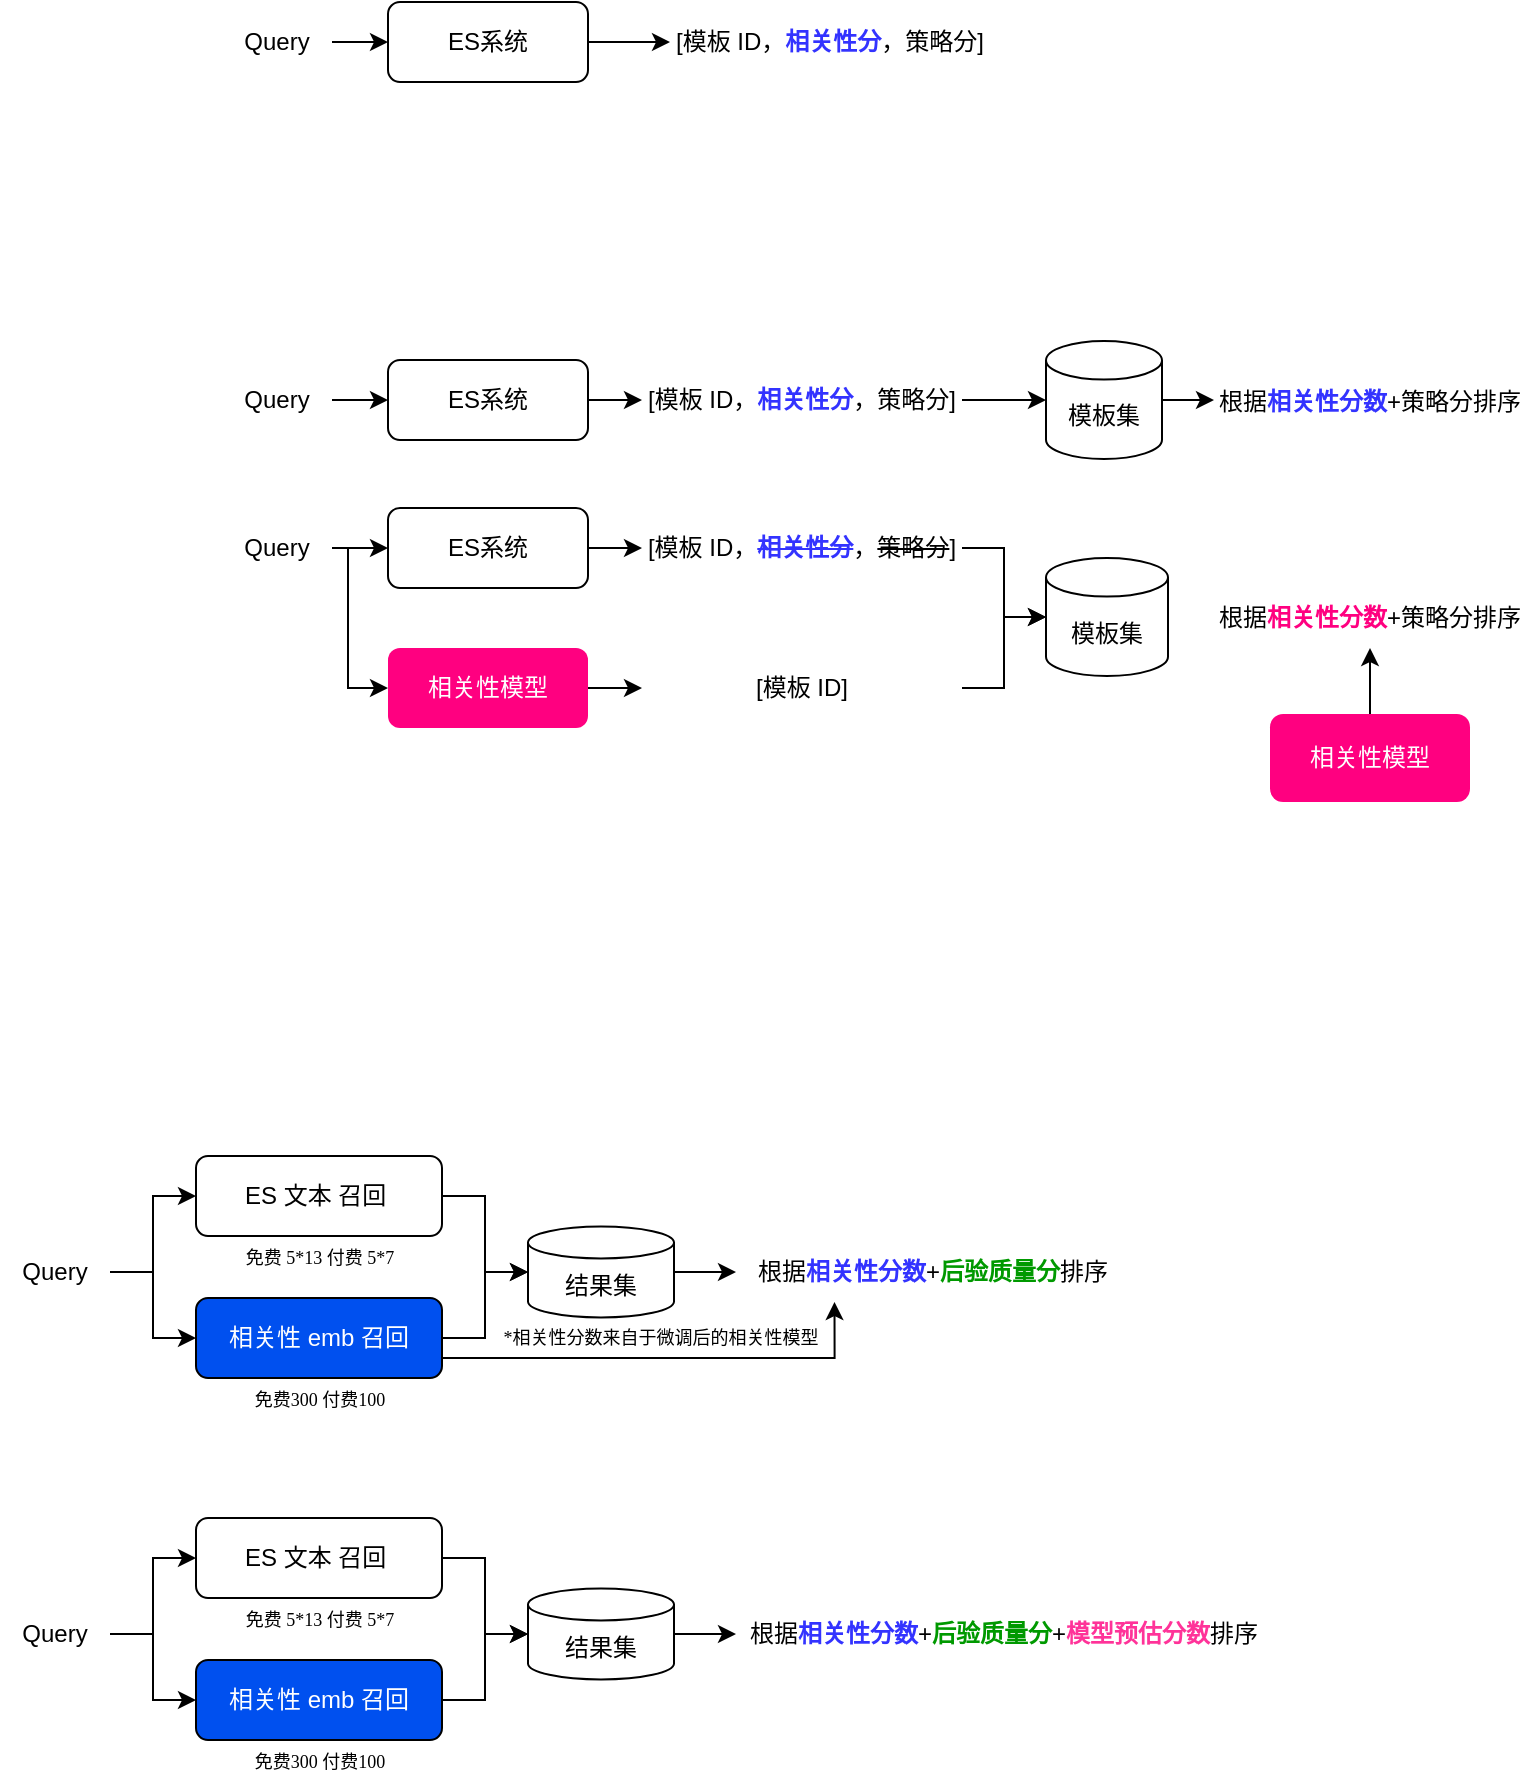
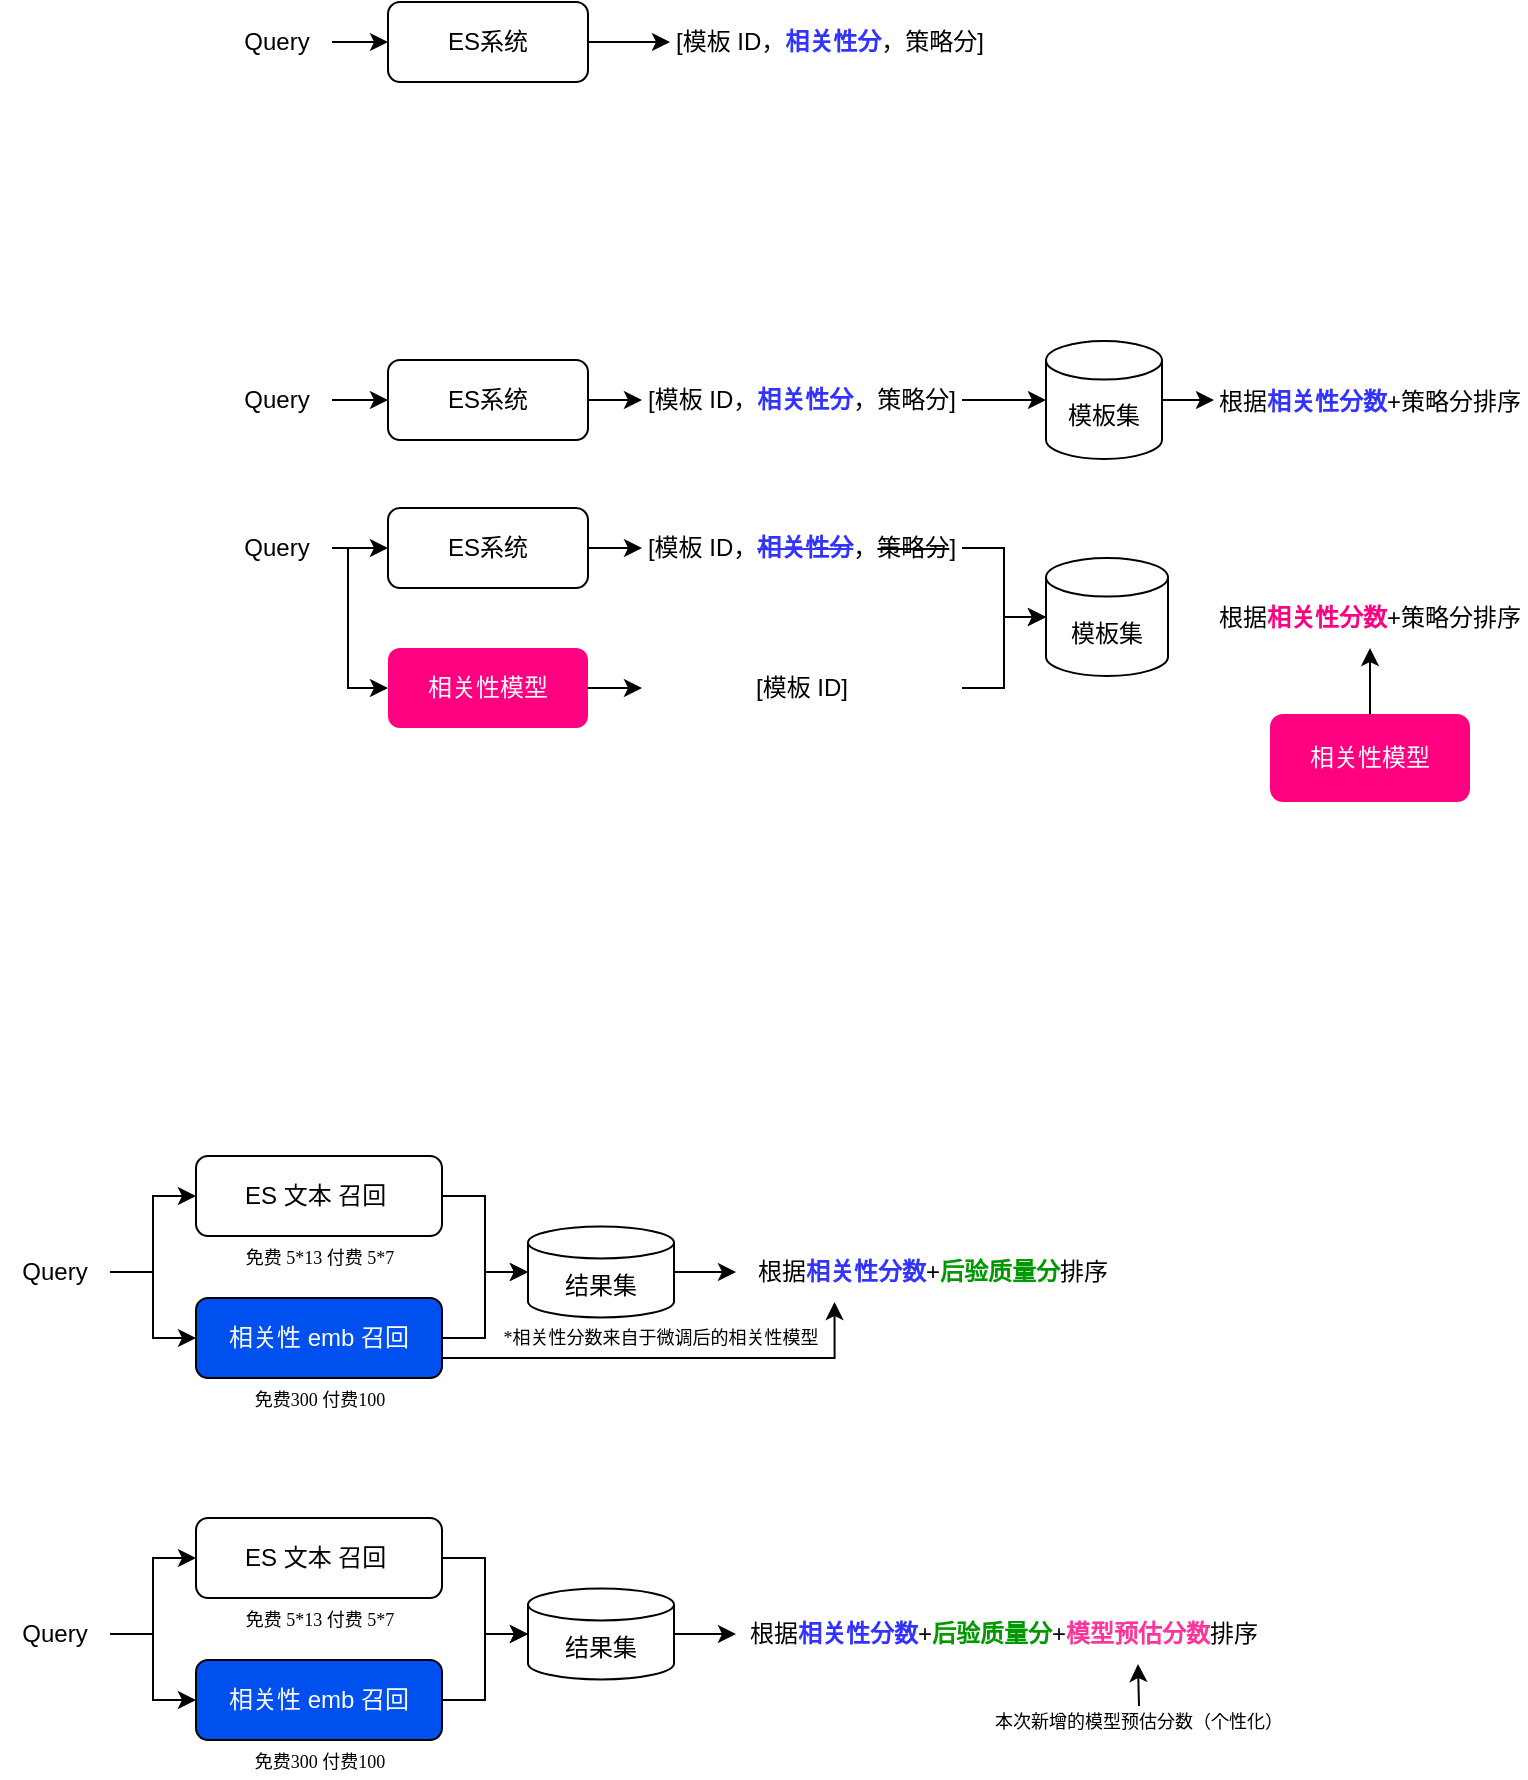
<mxfile host="app.diagrams.net" agent="Mozilla/5.0 (Macintosh; Intel Mac OS X 10_15_7) AppleWebKit/537.36 (KHTML, like Gecko) Chrome/144.0.0.0 Safari/537.36">
  <diagram name="第 1 页" id="uyMwIPwE8jGqM493bscI">
    <mxGraphModel dx="873" dy="504" grid="0" gridSize="10" guides="1" tooltips="1" connect="1" arrows="1" fold="1" page="0" pageScale="1" pageWidth="827" pageHeight="1169" math="0" shadow="0">
      <root>
        <mxCell id="0" />
        <mxCell id="1" parent="0" />
        <mxCell id="O6CiZJdHcVNpomKDh7BP-5" edge="1" parent="1" source="O6CiZJdHcVNpomKDh7BP-1" style="edgeStyle=orthogonalEdgeStyle;rounded=0;orthogonalLoop=1;jettySize=auto;html=1;" target="O6CiZJdHcVNpomKDh7BP-4" value="">
          <mxGeometry relative="1" as="geometry" />
        </mxCell>
        <mxCell id="O6CiZJdHcVNpomKDh7BP-1" parent="1" style="rounded=1;whiteSpace=wrap;html=1;" value="ES系统" vertex="1">
          <mxGeometry height="40" width="100" x="239" y="200" as="geometry" />
        </mxCell>
        <mxCell id="O6CiZJdHcVNpomKDh7BP-3" edge="1" parent="1" source="O6CiZJdHcVNpomKDh7BP-2" style="edgeStyle=orthogonalEdgeStyle;rounded=0;orthogonalLoop=1;jettySize=auto;html=1;" target="O6CiZJdHcVNpomKDh7BP-1" value="">
          <mxGeometry relative="1" as="geometry" />
        </mxCell>
        <mxCell id="O6CiZJdHcVNpomKDh7BP-2" parent="1" style="text;html=1;whiteSpace=wrap;strokeColor=none;fillColor=none;align=center;verticalAlign=middle;rounded=0;" value="Query" vertex="1">
          <mxGeometry height="30" width="55" x="156" y="205" as="geometry" />
        </mxCell>
        <mxCell id="O6CiZJdHcVNpomKDh7BP-4" parent="1" style="text;html=1;whiteSpace=wrap;strokeColor=none;fillColor=none;align=center;verticalAlign=middle;rounded=0;" value="[模板 ID，&lt;font style=&quot;color: rgb(51, 51, 255);&quot;&gt;&lt;b&gt;相关性分&lt;/b&gt;&lt;/font&gt;，策略分]" vertex="1">
          <mxGeometry height="30" width="160" x="380" y="205" as="geometry" />
        </mxCell>
        <mxCell id="O6CiZJdHcVNpomKDh7BP-6" edge="1" parent="1" source="O6CiZJdHcVNpomKDh7BP-7" style="edgeStyle=orthogonalEdgeStyle;rounded=0;orthogonalLoop=1;jettySize=auto;html=1;" target="O6CiZJdHcVNpomKDh7BP-10" value="">
          <mxGeometry relative="1" as="geometry" />
        </mxCell>
        <mxCell id="O6CiZJdHcVNpomKDh7BP-7" parent="1" style="rounded=1;whiteSpace=wrap;html=1;" value="ES系统" vertex="1">
          <mxGeometry height="40" width="100" x="239" y="379" as="geometry" />
        </mxCell>
        <mxCell id="O6CiZJdHcVNpomKDh7BP-8" edge="1" parent="1" source="O6CiZJdHcVNpomKDh7BP-9" style="edgeStyle=orthogonalEdgeStyle;rounded=0;orthogonalLoop=1;jettySize=auto;html=1;" target="O6CiZJdHcVNpomKDh7BP-7" value="">
          <mxGeometry relative="1" as="geometry" />
        </mxCell>
        <mxCell id="O6CiZJdHcVNpomKDh7BP-9" parent="1" style="text;html=1;whiteSpace=wrap;strokeColor=none;fillColor=none;align=center;verticalAlign=middle;rounded=0;" value="Query" vertex="1">
          <mxGeometry height="30" width="55" x="156" y="384" as="geometry" />
        </mxCell>
        <mxCell id="O6CiZJdHcVNpomKDh7BP-28" edge="1" parent="1" source="O6CiZJdHcVNpomKDh7BP-10" style="edgeStyle=orthogonalEdgeStyle;rounded=0;orthogonalLoop=1;jettySize=auto;html=1;exitX=1;exitY=0.5;exitDx=0;exitDy=0;" target="O6CiZJdHcVNpomKDh7BP-27">
          <mxGeometry relative="1" as="geometry" />
        </mxCell>
        <mxCell id="O6CiZJdHcVNpomKDh7BP-10" parent="1" style="text;html=1;whiteSpace=wrap;strokeColor=none;fillColor=none;align=center;verticalAlign=middle;rounded=0;" value="[模板 ID，&lt;font style=&quot;color: rgb(51, 51, 255);&quot;&gt;&lt;b&gt;相关性分&lt;/b&gt;&lt;/font&gt;，策略分]" vertex="1">
          <mxGeometry height="30" width="160" x="366" y="384" as="geometry" />
        </mxCell>
        <mxCell id="O6CiZJdHcVNpomKDh7BP-14" edge="1" parent="1" source="O6CiZJdHcVNpomKDh7BP-11" style="edgeStyle=orthogonalEdgeStyle;rounded=0;orthogonalLoop=1;jettySize=auto;html=1;" target="O6CiZJdHcVNpomKDh7BP-12" value="">
          <mxGeometry relative="1" as="geometry" />
        </mxCell>
        <mxCell id="O6CiZJdHcVNpomKDh7BP-15" edge="1" parent="1" source="O6CiZJdHcVNpomKDh7BP-11" style="edgeStyle=orthogonalEdgeStyle;rounded=0;orthogonalLoop=1;jettySize=auto;html=1;exitX=1;exitY=0.5;exitDx=0;exitDy=0;entryX=0;entryY=0.5;entryDx=0;entryDy=0;" target="O6CiZJdHcVNpomKDh7BP-18">
          <mxGeometry relative="1" as="geometry">
            <Array as="points">
              <mxPoint x="219" y="473" />
              <mxPoint x="219" y="543" />
              <mxPoint x="239" y="543" />
            </Array>
            <mxPoint x="239" y="543" as="targetPoint" />
          </mxGeometry>
        </mxCell>
        <mxCell id="O6CiZJdHcVNpomKDh7BP-11" parent="1" style="text;html=1;whiteSpace=wrap;strokeColor=none;fillColor=none;align=center;verticalAlign=middle;rounded=0;" value="Query" vertex="1">
          <mxGeometry height="30" width="55" x="156" y="458" as="geometry" />
        </mxCell>
        <mxCell id="O6CiZJdHcVNpomKDh7BP-17" edge="1" parent="1" source="O6CiZJdHcVNpomKDh7BP-12" style="edgeStyle=orthogonalEdgeStyle;rounded=0;orthogonalLoop=1;jettySize=auto;html=1;exitX=1;exitY=0.5;exitDx=0;exitDy=0;entryX=0;entryY=0.5;entryDx=0;entryDy=0;" target="O6CiZJdHcVNpomKDh7BP-16">
          <mxGeometry relative="1" as="geometry" />
        </mxCell>
        <mxCell id="O6CiZJdHcVNpomKDh7BP-12" parent="1" style="rounded=1;whiteSpace=wrap;html=1;" value="ES系统" vertex="1">
          <mxGeometry height="40" width="100" x="239" y="453" as="geometry" />
        </mxCell>
        <mxCell id="O6CiZJdHcVNpomKDh7BP-24" edge="1" parent="1" source="O6CiZJdHcVNpomKDh7BP-16" style="edgeStyle=orthogonalEdgeStyle;rounded=0;orthogonalLoop=1;jettySize=auto;html=1;exitX=1;exitY=0.5;exitDx=0;exitDy=0;" target="O6CiZJdHcVNpomKDh7BP-23">
          <mxGeometry relative="1" as="geometry" />
        </mxCell>
        <mxCell id="O6CiZJdHcVNpomKDh7BP-16" parent="1" style="text;html=1;whiteSpace=wrap;strokeColor=none;fillColor=none;align=center;verticalAlign=middle;rounded=0;" value="[模板 ID，&lt;font style=&quot;color: rgb(51, 51, 255);&quot;&gt;&lt;b&gt;&lt;strike&gt;相关性分&lt;/strike&gt;&lt;/b&gt;&lt;/font&gt;，&lt;strike&gt;策略分&lt;/strike&gt;]" vertex="1">
          <mxGeometry height="30" width="160" x="366" y="458" as="geometry" />
        </mxCell>
        <mxCell id="O6CiZJdHcVNpomKDh7BP-20" edge="1" parent="1" source="O6CiZJdHcVNpomKDh7BP-18" style="edgeStyle=orthogonalEdgeStyle;rounded=0;orthogonalLoop=1;jettySize=auto;html=1;" target="O6CiZJdHcVNpomKDh7BP-19">
          <mxGeometry relative="1" as="geometry" />
        </mxCell>
        <mxCell id="O6CiZJdHcVNpomKDh7BP-18" parent="1" style="rounded=1;whiteSpace=wrap;html=1;strokeColor=none;fontColor=#FFFFFF;fillColor=#FF0080;" value="相关性模型" vertex="1">
          <mxGeometry height="40" width="100" x="239" y="523" as="geometry" />
        </mxCell>
        <mxCell id="O6CiZJdHcVNpomKDh7BP-19" parent="1" style="text;html=1;whiteSpace=wrap;strokeColor=none;fillColor=none;align=center;verticalAlign=middle;rounded=0;" value="[模板 ID]" vertex="1">
          <mxGeometry height="30" width="160" x="366" y="528" as="geometry" />
        </mxCell>
        <mxCell id="O6CiZJdHcVNpomKDh7BP-32" edge="1" parent="1" source="O6CiZJdHcVNpomKDh7BP-21" style="edgeStyle=orthogonalEdgeStyle;rounded=0;orthogonalLoop=1;jettySize=auto;html=1;entryX=0.5;entryY=1;entryDx=0;entryDy=0;" target="O6CiZJdHcVNpomKDh7BP-31">
          <mxGeometry relative="1" as="geometry" />
        </mxCell>
        <mxCell id="O6CiZJdHcVNpomKDh7BP-21" parent="1" style="rounded=1;whiteSpace=wrap;html=1;fillColor=#FF0080;strokeColor=none;fontColor=#FFFFFF;" value="相关性模型" vertex="1">
          <mxGeometry height="44" width="100" x="680" y="556" as="geometry" />
        </mxCell>
        <mxCell id="O6CiZJdHcVNpomKDh7BP-23" parent="1" style="shape=cylinder3;whiteSpace=wrap;html=1;boundedLbl=1;backgroundOutline=1;size=9.647058823529392;" value="模板集" vertex="1">
          <mxGeometry height="59" width="61" x="568" y="478" as="geometry" />
        </mxCell>
        <mxCell id="O6CiZJdHcVNpomKDh7BP-26" edge="1" parent="1" source="O6CiZJdHcVNpomKDh7BP-19" style="edgeStyle=orthogonalEdgeStyle;rounded=0;orthogonalLoop=1;jettySize=auto;html=1;exitX=1;exitY=0.5;exitDx=0;exitDy=0;entryX=0;entryY=0.5;entryDx=0;entryDy=0;entryPerimeter=0;" target="O6CiZJdHcVNpomKDh7BP-23">
          <mxGeometry relative="1" as="geometry" />
        </mxCell>
        <mxCell id="O6CiZJdHcVNpomKDh7BP-30" edge="1" parent="1" source="O6CiZJdHcVNpomKDh7BP-27" style="edgeStyle=orthogonalEdgeStyle;rounded=0;orthogonalLoop=1;jettySize=auto;html=1;exitX=1;exitY=0.5;exitDx=0;exitDy=0;exitPerimeter=0;entryX=0;entryY=0.5;entryDx=0;entryDy=0;" target="O6CiZJdHcVNpomKDh7BP-29">
          <mxGeometry relative="1" as="geometry" />
        </mxCell>
        <mxCell id="O6CiZJdHcVNpomKDh7BP-27" parent="1" style="shape=cylinder3;whiteSpace=wrap;html=1;boundedLbl=1;backgroundOutline=1;size=9.647058823529392;" value="模板集" vertex="1">
          <mxGeometry height="59" width="58" x="568" y="369.5" as="geometry" />
        </mxCell>
        <mxCell id="O6CiZJdHcVNpomKDh7BP-29" parent="1" style="text;html=1;whiteSpace=wrap;strokeColor=none;fillColor=none;align=center;verticalAlign=middle;rounded=0;" value="根据&lt;font style=&quot;color: rgb(51, 51, 255);&quot;&gt;&lt;b&gt;相关性分数&lt;/b&gt;&lt;/font&gt;+策略分排序" vertex="1">
          <mxGeometry height="31" width="156" x="652" y="384" as="geometry" />
        </mxCell>
        <mxCell id="O6CiZJdHcVNpomKDh7BP-31" parent="1" style="text;html=1;whiteSpace=wrap;strokeColor=none;fillColor=none;align=center;verticalAlign=middle;rounded=0;" value="根据&lt;font style=&quot;color: rgb(255, 0, 128);&quot;&gt;&lt;b&gt;相关性分数&lt;/b&gt;&lt;/font&gt;+策略分排序" vertex="1">
          <mxGeometry height="31" width="156" x="652" y="492" as="geometry" />
        </mxCell>
        <mxCell id="GK8AZQt4zVpxBLM8WsAE-4" edge="1" parent="1" source="GK8AZQt4zVpxBLM8WsAE-1" style="edgeStyle=orthogonalEdgeStyle;rounded=0;orthogonalLoop=1;jettySize=auto;html=1;entryX=0;entryY=0.5;entryDx=0;entryDy=0;" target="GK8AZQt4zVpxBLM8WsAE-2">
          <mxGeometry relative="1" as="geometry" />
        </mxCell>
        <mxCell id="GK8AZQt4zVpxBLM8WsAE-5" edge="1" parent="1" source="GK8AZQt4zVpxBLM8WsAE-1" style="edgeStyle=orthogonalEdgeStyle;rounded=0;orthogonalLoop=1;jettySize=auto;html=1;exitX=1;exitY=0.5;exitDx=0;exitDy=0;entryX=0;entryY=0.5;entryDx=0;entryDy=0;" target="GK8AZQt4zVpxBLM8WsAE-3">
          <mxGeometry relative="1" as="geometry" />
        </mxCell>
        <mxCell id="GK8AZQt4zVpxBLM8WsAE-1" parent="1" style="text;html=1;whiteSpace=wrap;strokeColor=none;fillColor=none;align=center;verticalAlign=middle;rounded=0;" value="Query" vertex="1">
          <mxGeometry height="30" width="55" x="45" y="820" as="geometry" />
        </mxCell>
        <mxCell id="GK8AZQt4zVpxBLM8WsAE-6" edge="1" parent="1" source="GK8AZQt4zVpxBLM8WsAE-2" style="edgeStyle=orthogonalEdgeStyle;rounded=0;orthogonalLoop=1;jettySize=auto;html=1;exitX=1;exitY=0.5;exitDx=0;exitDy=0;entryX=0;entryY=0.5;entryDx=0;entryDy=0;entryPerimeter=0;" target="GK8AZQt4zVpxBLM8WsAE-9">
          <mxGeometry relative="1" as="geometry">
            <mxPoint x="297" y="832" as="targetPoint" />
          </mxGeometry>
        </mxCell>
        <mxCell id="GK8AZQt4zVpxBLM8WsAE-2" parent="1" style="rounded=1;whiteSpace=wrap;html=1;" value="ES 文本 召回&lt;span style=&quot;background-color: transparent; color: light-dark(rgb(0, 0, 0), rgb(255, 255, 255));&quot;&gt;&amp;nbsp;&lt;/span&gt;" vertex="1">
          <mxGeometry height="40" width="123" x="143" y="777" as="geometry" />
        </mxCell>
        <mxCell id="GK8AZQt4zVpxBLM8WsAE-7" edge="1" parent="1" source="GK8AZQt4zVpxBLM8WsAE-3" style="edgeStyle=orthogonalEdgeStyle;rounded=0;orthogonalLoop=1;jettySize=auto;html=1;exitX=1;exitY=0.5;exitDx=0;exitDy=0;entryX=0;entryY=0.5;entryDx=0;entryDy=0;entryPerimeter=0;" target="GK8AZQt4zVpxBLM8WsAE-9">
          <mxGeometry relative="1" as="geometry">
            <mxPoint x="283.07142857142867" y="837.7142857142858" as="targetPoint" />
          </mxGeometry>
        </mxCell>
        <mxCell id="GK8AZQt4zVpxBLM8WsAE-29" edge="1" parent="1" source="GK8AZQt4zVpxBLM8WsAE-3" style="edgeStyle=orthogonalEdgeStyle;rounded=0;orthogonalLoop=1;jettySize=auto;html=1;exitX=1;exitY=0.75;exitDx=0;exitDy=0;entryX=0.25;entryY=1;entryDx=0;entryDy=0;" target="GK8AZQt4zVpxBLM8WsAE-14">
          <mxGeometry relative="1" as="geometry" />
        </mxCell>
        <mxCell id="GK8AZQt4zVpxBLM8WsAE-3" parent="1" style="rounded=1;whiteSpace=wrap;html=1;fillColor=#0050ef;strokeColor=#000000;fontColor=#ffffff;" value="相关性 emb 召回" vertex="1">
          <mxGeometry height="40" width="123" x="143" y="848" as="geometry" />
        </mxCell>
        <mxCell id="GK8AZQt4zVpxBLM8WsAE-15" edge="1" parent="1" source="GK8AZQt4zVpxBLM8WsAE-9" style="edgeStyle=orthogonalEdgeStyle;rounded=0;orthogonalLoop=1;jettySize=auto;html=1;exitX=1;exitY=0.5;exitDx=0;exitDy=0;exitPerimeter=0;entryX=0;entryY=0.5;entryDx=0;entryDy=0;" target="GK8AZQt4zVpxBLM8WsAE-14">
          <mxGeometry relative="1" as="geometry" />
        </mxCell>
        <mxCell id="GK8AZQt4zVpxBLM8WsAE-9" parent="1" style="shape=cylinder3;whiteSpace=wrap;html=1;boundedLbl=1;backgroundOutline=1;size=8;" value="结果集" vertex="1">
          <mxGeometry height="45.5" width="73" x="309" y="812.25" as="geometry" />
        </mxCell>
        <mxCell id="GK8AZQt4zVpxBLM8WsAE-12" parent="1" style="text;html=1;whiteSpace=wrap;strokeColor=none;fillColor=none;align=center;verticalAlign=middle;rounded=0;fontFamily=宋体;fontSize=9;" value="免费300 付费100" vertex="1">
          <mxGeometry height="16" width="88" x="160.5" y="891" as="geometry" />
        </mxCell>
        <mxCell id="GK8AZQt4zVpxBLM8WsAE-13" parent="1" style="text;html=1;whiteSpace=wrap;strokeColor=none;fillColor=none;align=center;verticalAlign=middle;rounded=0;fontFamily=宋体;fontSize=9;" value="免费 5*13 付费 5*7" vertex="1">
          <mxGeometry height="16" width="88" x="160.5" y="820" as="geometry" />
        </mxCell>
        <mxCell id="GK8AZQt4zVpxBLM8WsAE-14" parent="1" style="text;html=1;whiteSpace=wrap;strokeColor=none;fillColor=none;align=center;verticalAlign=middle;rounded=0;" value="根据&lt;font style=&quot;color: rgb(51, 51, 255);&quot;&gt;&lt;b&gt;相关性分数&lt;/b&gt;&lt;/font&gt;+&lt;font style=&quot;color: rgb(0, 153, 0);&quot;&gt;&lt;b style=&quot;&quot;&gt;后验质量分&lt;/b&gt;&lt;/font&gt;排序" vertex="1">
          <mxGeometry height="31" width="197" x="413" y="819" as="geometry" />
        </mxCell>
        <mxCell id="GK8AZQt4zVpxBLM8WsAE-16" edge="1" parent="1" source="GK8AZQt4zVpxBLM8WsAE-18" style="edgeStyle=orthogonalEdgeStyle;rounded=0;orthogonalLoop=1;jettySize=auto;html=1;entryX=0;entryY=0.5;entryDx=0;entryDy=0;" target="GK8AZQt4zVpxBLM8WsAE-20">
          <mxGeometry relative="1" as="geometry" />
        </mxCell>
        <mxCell id="GK8AZQt4zVpxBLM8WsAE-17" edge="1" parent="1" source="GK8AZQt4zVpxBLM8WsAE-18" style="edgeStyle=orthogonalEdgeStyle;rounded=0;orthogonalLoop=1;jettySize=auto;html=1;exitX=1;exitY=0.5;exitDx=0;exitDy=0;entryX=0;entryY=0.5;entryDx=0;entryDy=0;" target="GK8AZQt4zVpxBLM8WsAE-22">
          <mxGeometry relative="1" as="geometry" />
        </mxCell>
        <mxCell id="GK8AZQt4zVpxBLM8WsAE-18" parent="1" style="text;html=1;whiteSpace=wrap;strokeColor=none;fillColor=none;align=center;verticalAlign=middle;rounded=0;" value="Query" vertex="1">
          <mxGeometry height="30" width="55" x="45" y="1001" as="geometry" />
        </mxCell>
        <mxCell id="GK8AZQt4zVpxBLM8WsAE-19" edge="1" parent="1" source="GK8AZQt4zVpxBLM8WsAE-20" style="edgeStyle=orthogonalEdgeStyle;rounded=0;orthogonalLoop=1;jettySize=auto;html=1;exitX=1;exitY=0.5;exitDx=0;exitDy=0;entryX=0;entryY=0.5;entryDx=0;entryDy=0;entryPerimeter=0;" target="GK8AZQt4zVpxBLM8WsAE-24">
          <mxGeometry relative="1" as="geometry">
            <mxPoint x="297" y="1013" as="targetPoint" />
          </mxGeometry>
        </mxCell>
        <mxCell id="GK8AZQt4zVpxBLM8WsAE-20" parent="1" style="rounded=1;whiteSpace=wrap;html=1;" value="ES 文本 召回&lt;span style=&quot;background-color: transparent; color: light-dark(rgb(0, 0, 0), rgb(255, 255, 255));&quot;&gt;&amp;nbsp;&lt;/span&gt;" vertex="1">
          <mxGeometry height="40" width="123" x="143" y="958" as="geometry" />
        </mxCell>
        <mxCell id="GK8AZQt4zVpxBLM8WsAE-21" edge="1" parent="1" source="GK8AZQt4zVpxBLM8WsAE-22" style="edgeStyle=orthogonalEdgeStyle;rounded=0;orthogonalLoop=1;jettySize=auto;html=1;exitX=1;exitY=0.5;exitDx=0;exitDy=0;entryX=0;entryY=0.5;entryDx=0;entryDy=0;entryPerimeter=0;" target="GK8AZQt4zVpxBLM8WsAE-24">
          <mxGeometry relative="1" as="geometry">
            <mxPoint x="283.07142857142867" y="1018.7142857142858" as="targetPoint" />
          </mxGeometry>
        </mxCell>
        <mxCell id="GK8AZQt4zVpxBLM8WsAE-22" parent="1" style="rounded=1;whiteSpace=wrap;html=1;fillColor=#0050ef;strokeColor=#000000;fontColor=#ffffff;" value="相关性 emb 召回" vertex="1">
          <mxGeometry height="40" width="123" x="143" y="1029" as="geometry" />
        </mxCell>
        <mxCell id="GK8AZQt4zVpxBLM8WsAE-23" edge="1" parent="1" source="GK8AZQt4zVpxBLM8WsAE-24" style="edgeStyle=orthogonalEdgeStyle;rounded=0;orthogonalLoop=1;jettySize=auto;html=1;exitX=1;exitY=0.5;exitDx=0;exitDy=0;exitPerimeter=0;entryX=0;entryY=0.5;entryDx=0;entryDy=0;" target="GK8AZQt4zVpxBLM8WsAE-27">
          <mxGeometry relative="1" as="geometry" />
        </mxCell>
        <mxCell id="GK8AZQt4zVpxBLM8WsAE-24" parent="1" style="shape=cylinder3;whiteSpace=wrap;html=1;boundedLbl=1;backgroundOutline=1;size=8;" value="结果集" vertex="1">
          <mxGeometry height="45.5" width="73" x="309" y="993.25" as="geometry" />
        </mxCell>
        <mxCell id="GK8AZQt4zVpxBLM8WsAE-25" parent="1" style="text;html=1;whiteSpace=wrap;strokeColor=none;fillColor=none;align=center;verticalAlign=middle;rounded=0;fontFamily=宋体;fontSize=9;" value="免费300 付费100" vertex="1">
          <mxGeometry height="16" width="88" x="160.5" y="1072" as="geometry" />
        </mxCell>
        <mxCell id="GK8AZQt4zVpxBLM8WsAE-26" parent="1" style="text;html=1;whiteSpace=wrap;strokeColor=none;fillColor=none;align=center;verticalAlign=middle;rounded=0;fontFamily=宋体;fontSize=9;" value="免费 5*13 付费 5*7" vertex="1">
          <mxGeometry height="16" width="88" x="160.5" y="1001" as="geometry" />
        </mxCell>
        <mxCell id="GK8AZQt4zVpxBLM8WsAE-27" parent="1" style="text;html=1;whiteSpace=wrap;strokeColor=none;fillColor=none;align=center;verticalAlign=middle;rounded=0;" value="根据&lt;font style=&quot;color: rgb(51, 51, 255);&quot;&gt;&lt;b&gt;相关性分数&lt;/b&gt;&lt;/font&gt;+&lt;font&gt;&lt;b style=&quot;&quot;&gt;&lt;font style=&quot;color: light-dark(rgb(0, 153, 0), rgb(255, 106, 193));&quot;&gt;后验质量分&lt;/font&gt;&lt;/b&gt;&lt;font style=&quot;color: rgb(0, 0, 0);&quot;&gt;+&lt;/font&gt;&lt;b style=&quot;color: light-dark(rgb(255, 51, 153), rgb(255, 106, 193));&quot;&gt;模型预估分数&lt;/b&gt;&lt;/font&gt;排序" vertex="1">
          <mxGeometry height="31" width="268" x="413" y="1000" as="geometry" />
        </mxCell>
        <mxCell id="GK8AZQt4zVpxBLM8WsAE-28" parent="1" style="text;html=1;whiteSpace=wrap;strokeColor=none;fillColor=none;align=center;verticalAlign=middle;rounded=0;fontFamily=宋体;fontSize=9;" value="*相关性分数来自于微调后的相关性模型" vertex="1">
          <mxGeometry height="16" width="171" x="290" y="860" as="geometry" />
        </mxCell>
+         <mxCell id="GK8AZQt4zVpxBLM8WsAE-31" edge="1" parent="1" source="GK8AZQt4zVpxBLM8WsAE-30" style="edgeStyle=orthogonalEdgeStyle;rounded=0;orthogonalLoop=1;jettySize=auto;html=1;exitX=0.5;exitY=0;exitDx=0;exitDy=0;entryX=0.75;entryY=1;entryDx=0;entryDy=0;" target="GK8AZQt4zVpxBLM8WsAE-27">
+           <mxGeometry relative="1" as="geometry" />
+         </mxCell>
+         <mxCell id="GK8AZQt4zVpxBLM8WsAE-30" parent="1" style="text;html=1;whiteSpace=wrap;strokeColor=none;fillColor=none;align=center;verticalAlign=middle;rounded=0;fontFamily=宋体;fontSize=9;" value="本次新增的模型预估分数（个性化）" vertex="1">
+           <mxGeometry height="15" width="171" x="529" y="1052" as="geometry" />
+         </mxCell>
      </root>
    </mxGraphModel>
  </diagram>
</mxfile>
